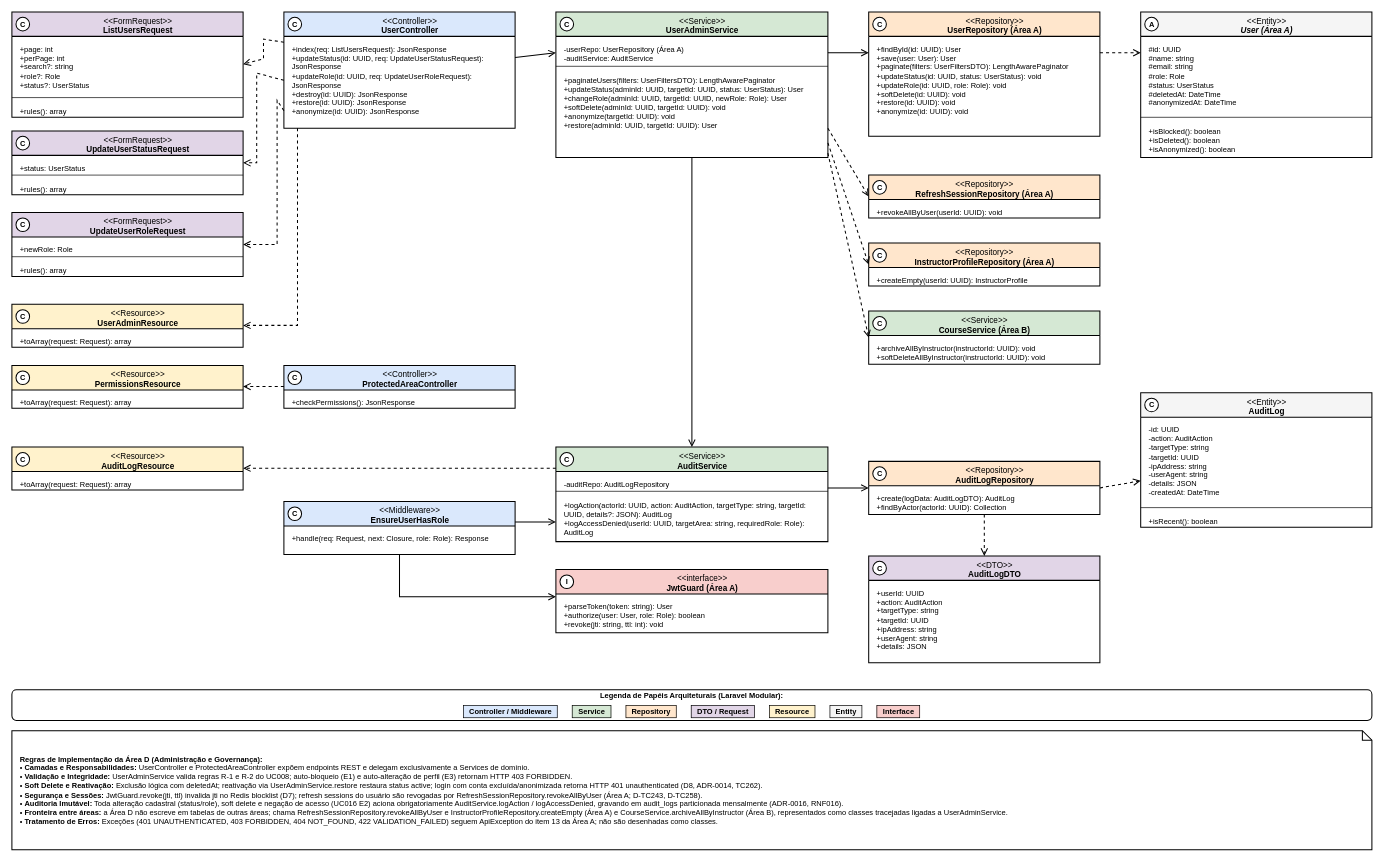
Earlier version of the draw.io diagram especificacao/diagramas/13-classes-area-d-implementacao-administracao.drawio (Plataforma-de-Cursos-TCC/plataforma-cursos-docs). Source tidied: cells renumbered, new cells numbered last; positions are measured from the earlier drawing's top-left corner, leaving out a move shared by most shapes. Both pictures are drawn from the tidied source at 68%, with x=0, y=0 at pixel (12, 12).
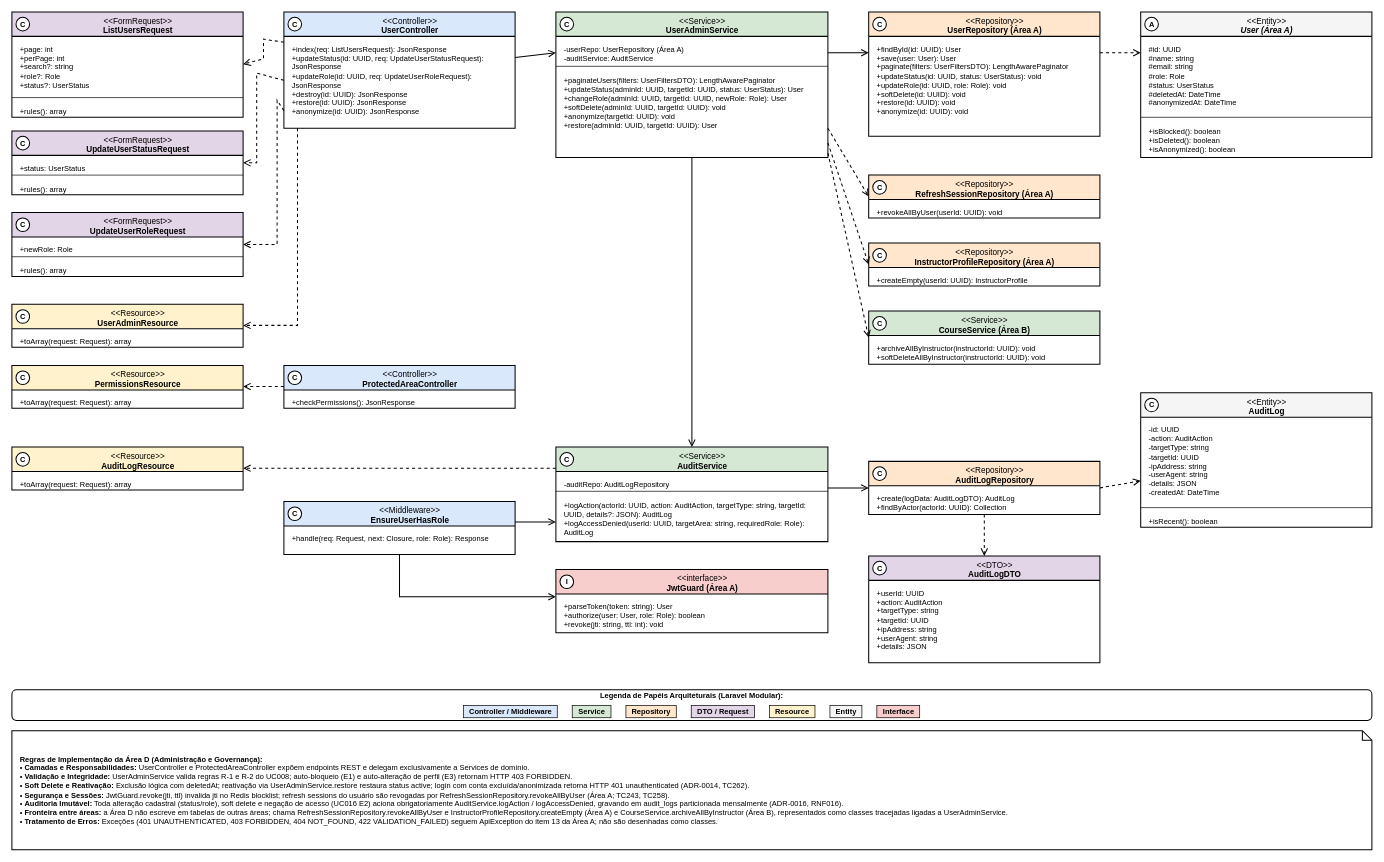
Above is the later version.

Commit message (it also covers changes not shown here):
docs(especificacao): remove internal tracking labels from Area D documentation

Diff of the diagram source:
```diff
@@
-    <mxCell id="51" value="&lt;b&gt;Regras de Implementação da Área D (Administração e Governança):&lt;/b&gt;&lt;br&gt;• &lt;b&gt;Camadas e Responsabilidades:&lt;/b&gt; UserController e ProtectedAreaController expõem endpoints REST e delegam exclusivamente a Services de domínio.&lt;br&gt;• &lt;b&gt;Validação e Integridade:&lt;/b&gt; UserAdminService valida regras R-1 e R-2 do UC008; auto-bloqueio (E1) e auto-alteração de perfil (E3) retornam HTTP 403 FORBIDDEN.&lt;br&gt;• &lt;b&gt;Soft Delete e Reativação:&lt;/b&gt; Exclusão lógica com deletedAt; reativação via UserAdminService.restore restaura status active; login com conta excluída/anonimizada retorna HTTP 401 unauthenticated (D8, ADR-0014, TC262).&lt;br&gt;• &lt;b&gt;Segurança e Sessões:&lt;/b&gt; JwtGuard.revoke(jti, ttl) invalida jti no Redis blocklist (D7); refresh sessions do usuário são revogadas por RefreshSessionRepository.revokeAllByUser (Área A; D-TC243, D-TC258).&lt;br&gt;• &lt;b&gt;Auditoria Imutável:&lt;/b&gt; Toda alteração cadastral (status/role), soft delete e negação de acesso (UC016 E2) aciona obrigatoriamente AuditService.logAction / logAccessDenied, gravando em audit_logs particionada mensalmente (ADR-0016, RNF016).&lt;br&gt;• &lt;b&gt;Fronteira entre áreas:&lt;/b&gt; a Área D não escreve em tabelas de outras áreas; chama RefreshSessionRepository.revokeAllByUser e InstructorProfileRepository.createEmpty (Área A) e CourseService.archiveAllByInstructor (Área B), representados como classes tracejadas ligadas a UserAdminService.&lt;br&gt;• &lt;b&gt;Tratamento de Erros:&lt;/b&gt; Exceções (401 UNAUTHENTICATED, 403 FORBIDDEN, 404 NOT_FOUND, 422 VALIDATION_FAILED) seguem ApiException do item 13 da Área A; não são desenhadas como classes." style="shape=note;whiteSpace=wrap;html=1;size=14;verticalAlign=middle;align=left;spacingLeft=10;spacingRight=10;fillColor=#FFFFFF;strokeColor=#000000;strokeWidth=1.5;fontFamily=Helvetica;fontSize=11;fontColor=#000000;" parent="1" vertex="1">
+    <mxCell id="51" value="&lt;b&gt;Regras de Implementação da Área D (Administração e Governança):&lt;/b&gt;&lt;br&gt;• &lt;b&gt;Camadas e Responsabilidades:&lt;/b&gt; UserController e ProtectedAreaController expõem endpoints REST e delegam exclusivamente a Services de domínio.&lt;br&gt;• &lt;b&gt;Validação e Integridade:&lt;/b&gt; UserAdminService valida regras R-1 e R-2 do UC008; auto-bloqueio (E1) e auto-alteração de perfil (E3) retornam HTTP 403 FORBIDDEN.&lt;br&gt;• &lt;b&gt;Soft Delete e Reativação:&lt;/b&gt; Exclusão lógica com deletedAt; reativação via UserAdminService.restore restaura status active; login com conta excluída/anonimizada retorna HTTP 401 unauthenticated (ADR-0014, TC262).&lt;br&gt;• &lt;b&gt;Segurança e Sessões:&lt;/b&gt; JwtGuard.revoke(jti, ttl) invalida jti no Redis blocklist; refresh sessions do usuário são revogadas por RefreshSessionRepository.revokeAllByUser (Área A; TC243, TC258).&lt;br&gt;• &lt;b&gt;Auditoria Imutável:&lt;/b&gt; Toda alteração cadastral (status/role), soft delete e negação de acesso (UC016 E2) aciona obrigatoriamente AuditService.logAction / logAccessDenied, gravando em audit_logs particionada mensalmente (ADR-0016, RNF016).&lt;br&gt;• &lt;b&gt;Fronteira entre áreas:&lt;/b&gt; a Área D não escreve em tabelas de outras áreas; chama RefreshSessionRepository.revokeAllByUser e InstructorProfileRepository.createEmpty (Área A) e CourseService.archiveAllByInstructor (Área B), representados como classes tracejadas ligadas a UserAdminService.&lt;br&gt;• &lt;b&gt;Tratamento de Erros:&lt;/b&gt; Exceções (401 UNAUTHENTICATED, 403 FORBIDDEN, 404 NOT_FOUND, 422 VALIDATION_FAILED) seguem ApiException do item 13 da Área A; não são desenhadas como classes." style="shape=note;whiteSpace=wrap;html=1;size=14;verticalAlign=middle;align=left;spacingLeft=10;spacingRight=10;fillColor=#FFFFFF;strokeColor=#000000;strokeWidth=1.5;fontFamily=Helvetica;fontSize=11;fontColor=#000000;" parent="1" vertex="1">
       <mxGeometry y="1057" width="2000" height="175" as="geometry" />
     </mxCell>
```
